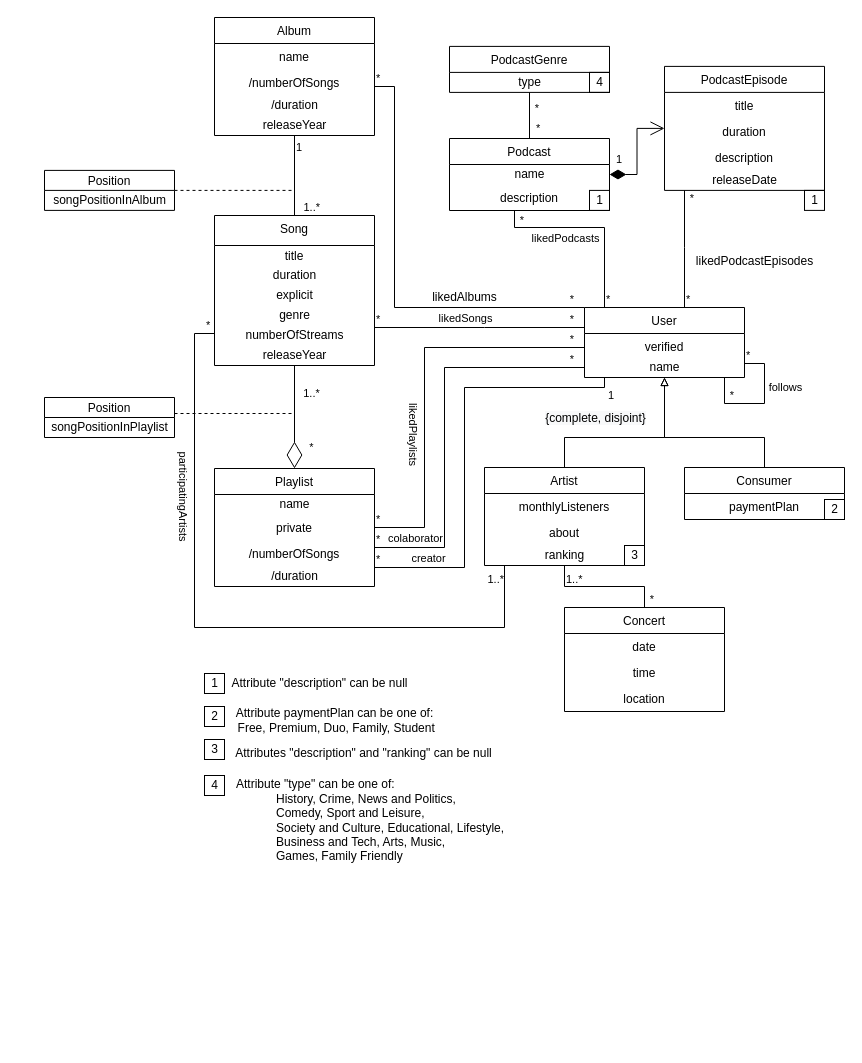
Above: page "Page-2" (2 of 2) of 1-delivery/Spotify-class-diag.drawio in Naapperas/feup-bd (draw.io), before the change. Source tidied: cells renumbered, new cells numbered last; positions are measured from the earlier drawing's top-left corner, leaving out a move shared by most shapes. Both pictures are drawn from the tidied source at 100%, with x=0, y=0 at pixel (44, 17).
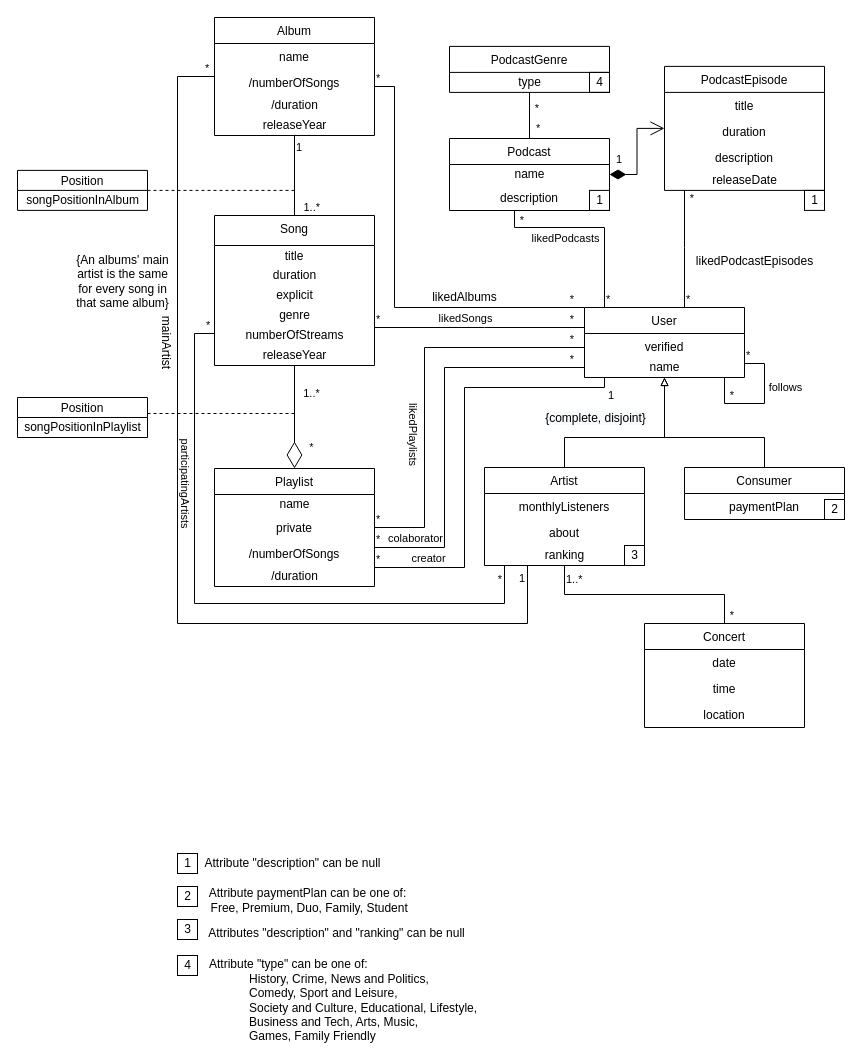
The same page after the edit.

Commit message:
Added main artist to albums

The change refers to these unchanged cells:
```xml
<mxCell id="2" value="Song" style="swimlane;fontStyle=0;align=center;verticalAlign=top;horizontal=1;startSize=30;rounded=0;shadow=0;strokeWidth=1;" parent="1" vertex="1">
  <mxGeometry x="170" y="198" width="160" height="150" as="geometry" />
</mxCell>
<mxCell id="9" value="Album" style="swimlane;fontStyle=0;horizontal=1;startSize=26;fillColor=none;align=center;" parent="1" vertex="1">
  <mxGeometry x="170" width="160" height="118" as="geometry" />
</mxCell>
<mxCell id="18" value="Artist" style="swimlane;fontStyle=0;horizontal=1;startSize=26;fillColor=none;align=center;" parent="1" vertex="1">
  <mxGeometry x="440" y="450" width="160" height="98" as="geometry" />
</mxCell>
```

Change to the diagram source:
```diff
@@
     <mxCell id="26" value="Concert" style="swimlane;fontStyle=0;horizontal=1;startSize=26;fillColor=none;align=center;" parent="1" vertex="1">
-      <mxGeometry x="520" y="590" width="160" height="104" as="geometry" />
+      <mxGeometry x="600" y="606" width="160" height="104" as="geometry" />
     </mxCell>
@@
     <mxCell id="65" value="1" style="text;html=1;align=center;verticalAlign=middle;strokeColor=default;fillColor=none;" parent="1" vertex="1">
-      <mxGeometry x="160" y="656" width="20" height="20" as="geometry" />
+      <mxGeometry x="133" y="836" width="20" height="20" as="geometry" />
     </mxCell>
     <mxCell id="66" value="Attribute &quot;description&quot; can be null&lt;br&gt;" style="text;html=1;align=center;verticalAlign=middle;strokeColor=none;fillColor=none;" parent="1" vertex="1">
-      <mxGeometry x="180" y="656" width="190" height="20" as="geometry" />
+      <mxGeometry x="153" y="836" width="190" height="20" as="geometry" />
     </mxCell>
@@
     <mxCell id="94" style="endArrow=none;html=1;edgeStyle=orthogonalEdgeStyle;rounded=0;" parent="1" edge="1" source="2" target="18">
       <mxGeometry relative="1" as="geometry">
         <Array as="points">
           <mxPoint x="150" y="316" />
-          <mxPoint x="150" y="610" />
-          <mxPoint x="460" y="610" />
+          <mxPoint x="150" y="586" />
+          <mxPoint x="460" y="586" />
         </Array>
       </mxGeometry>
     </mxCell>
@@
-    <mxCell id="96" value="1..*" style="edgeLabel;html=1;align=right;verticalAlign=bottom;strokeColor=default;" parent="94" vertex="1">
+    <mxCell id="96" value="*" style="edgeLabel;html=1;align=right;verticalAlign=bottom;strokeColor=default;" parent="94" vertex="1">
       <mxGeometry x="1" relative="1" as="geometry">
-        <mxPoint y="22" as="offset" />
+        <mxPoint x="-2" y="22" as="offset" />
       </mxGeometry>
     </mxCell>
     <mxCell id="97" value="participatingArtists" style="edgeLabel;html=1;align=center;verticalAlign=middle;rotation=90;" parent="94" vertex="1">
       <mxGeometry x="-0.47" y="-1" relative="1" as="geometry">
-        <mxPoint x="-9" as="offset" />
+        <mxPoint x="-7" as="offset" />
       </mxGeometry>
     </mxCell>
     <mxCell id="98" value="Attribute paymentPlan can be one of: &lt;br&gt;&lt;span style=&quot;white-space: pre&quot;&gt; &lt;/span&gt;Free, Premium, Duo, Family, Student" style="text;html=1;align=center;verticalAlign=middle;strokeColor=none;fillColor=none;" parent="1" vertex="1">
-      <mxGeometry x="170" y="688" width="240" height="30" as="geometry" />
+      <mxGeometry x="143" y="868" width="240" height="30" as="geometry" />
     </mxCell>
@@
     <mxCell id="100" value="2" style="text;html=1;align=center;verticalAlign=middle;strokeColor=default;fillColor=none;" parent="1" vertex="1">
-      <mxGeometry x="160" y="689" width="20" height="20" as="geometry" />
+      <mxGeometry x="133" y="869" width="20" height="20" as="geometry" />
     </mxCell>
     <mxCell id="101" value="3" style="text;html=1;align=center;verticalAlign=middle;strokeColor=default;fillColor=none;" parent="1" vertex="1">
-      <mxGeometry x="160" y="722" width="20" height="20" as="geometry" />
+      <mxGeometry x="133" y="902" width="20" height="20" as="geometry" />
     </mxCell>
@@
     <mxCell id="103" value="Attributes &quot;description&quot; and &quot;ranking&quot; can be null" style="text;html=1;align=center;verticalAlign=middle;strokeColor=none;fillColor=none;" parent="1" vertex="1">
-      <mxGeometry x="184" y="726" width="270" height="20" as="geometry" />
+      <mxGeometry x="157" y="906" width="270" height="20" as="geometry" />
     </mxCell>
     <mxCell id="104" value="4" style="text;html=1;align=center;verticalAlign=middle;strokeColor=default;fillColor=none;" parent="1" vertex="1">
-      <mxGeometry x="160" y="758" width="20" height="20" as="geometry" />
+      <mxGeometry x="133" y="938" width="20" height="20" as="geometry" />
     </mxCell>
@@
     <mxCell id="106" value="Attribute &quot;type&quot; can be one of:&lt;br&gt;&lt;blockquote style=&quot;margin: 0 0 0 40px ; border: none ; padding: 0px&quot;&gt;History, Crime, News and Politics,&lt;br&gt;Comedy, Sport and Leisure,&lt;br&gt; Society and Culture, Educational, Lifestyle,&lt;br&gt; Business and Tech, Arts, Music,&lt;/blockquote&gt;&lt;blockquote style=&quot;margin: 0 0 0 40px ; border: none ; padding: 0px&quot;&gt;Games, Family Friendly&lt;/blockquote&gt;" style="text;html=1;align=left;verticalAlign=middle;strokeColor=none;fillColor=none;" parent="1" vertex="1">
-      <mxGeometry x="190" y="758" width="280" height="90" as="geometry" />
+      <mxGeometry x="163" y="938" width="280" height="90" as="geometry" />
     </mxCell>
@@
     <mxCell id="108" value="Position" style="swimlane;fontStyle=0;horizontal=1;startSize=20;fillColor=none;align=center;" parent="1" vertex="1">
-      <mxGeometry y="380" width="130" height="40" as="geometry" />
+      <mxGeometry x="-27" y="380" width="130" height="40" as="geometry" />
     </mxCell>
@@
     <mxCell id="111" value="Position" style="swimlane;fontStyle=0;horizontal=1;startSize=20;fillColor=none;align=center;" parent="1" vertex="1">
-      <mxGeometry y="152.9" width="130" height="40" as="geometry" />
+      <mxGeometry x="-27" y="152.9" width="130" height="40" as="geometry" />
     </mxCell>
@@
+    <mxCell id="113" value="&amp;nbsp;" style="endArrow=none;html=1;edgeStyle=orthogonalEdgeStyle;rounded=0;" parent="1" edge="1" source="9" target="18">
+      <mxGeometry x="0.03" y="-40" relative="1" as="geometry">
+        <Array as="points">
+          <mxPoint x="133" y="59" />
+          <mxPoint x="133" y="606" />
+          <mxPoint x="483" y="606" />
+        </Array>
+      </mxGeometry>
+    </mxCell>
+    <mxCell id="114" value="*" style="edgeLabel;html=1;align=left;verticalAlign=bottom;" parent="113" vertex="1">
+      <mxGeometry x="-1" relative="1" as="geometry">
+        <mxPoint x="-11" as="offset" />
+      </mxGeometry>
+    </mxCell>
+    <mxCell id="115" value="1" style="edgeLabel;html=1;align=right;verticalAlign=bottom;" parent="113" vertex="1">
+      <mxGeometry x="1" relative="1" as="geometry">
+        <mxPoint x="-2" y="21" as="offset" />
+      </mxGeometry>
+    </mxCell>
+    <mxCell id="116" value="mainArtist" style="text;html=1;align=center;verticalAlign=middle;strokeColor=none;fillColor=none;rotation=90;" parent="1" vertex="1">
+      <mxGeometry x="87" y="315" width="70" height="20" as="geometry" />
+    </mxCell>
+    <mxCell id="117" value="&amp;nbsp;" style="text;whiteSpace=wrap;html=1;" parent="1" vertex="1">
+      <mxGeometry x="83" y="436" width="30" height="30" as="geometry" />
+    </mxCell>
+    <mxCell id="118" value="&lt;div&gt;{An albums' main &lt;br&gt;&lt;/div&gt;&lt;div&gt;artist is the same &lt;br&gt;&lt;/div&gt;&lt;div&gt;for every song in &lt;br&gt;&lt;/div&gt;&lt;div&gt;that same album}&lt;/div&gt;" style="text;html=1;align=center;verticalAlign=middle;strokeColor=none;fillColor=none;" parent="1" vertex="1">
+      <mxGeometry x="23" y="234" width="110" height="60" as="geometry" />
+    </mxCell>
```
